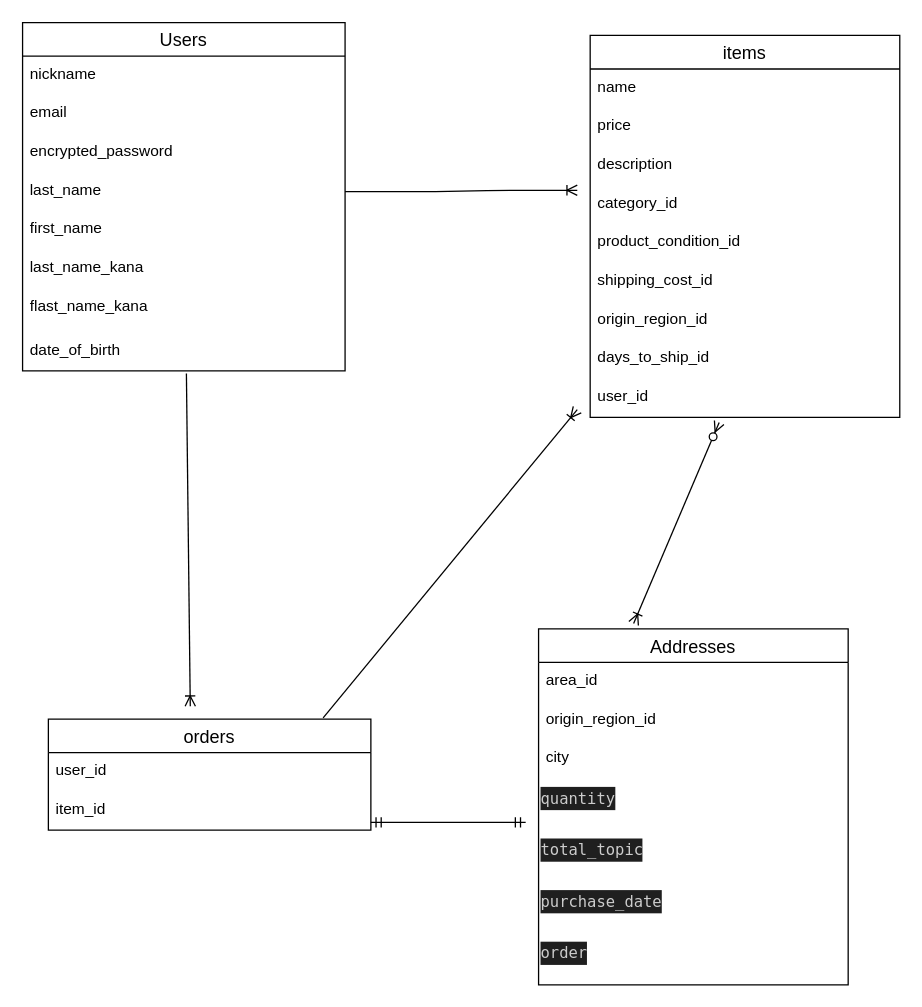
Earlier version of the draw.io diagram page "ページ1" (1 of 2) of app/views/test.dio (asoy1206upi/furima-39647). Source tidied: cells renumbered, new cells numbered last; positions are measured from the earlier drawing's top-left corner, leaving out a move shared by most shapes. Both pictures are drawn from the tidied source at 129%, with x=0, y=0 at pixel (22, 22).
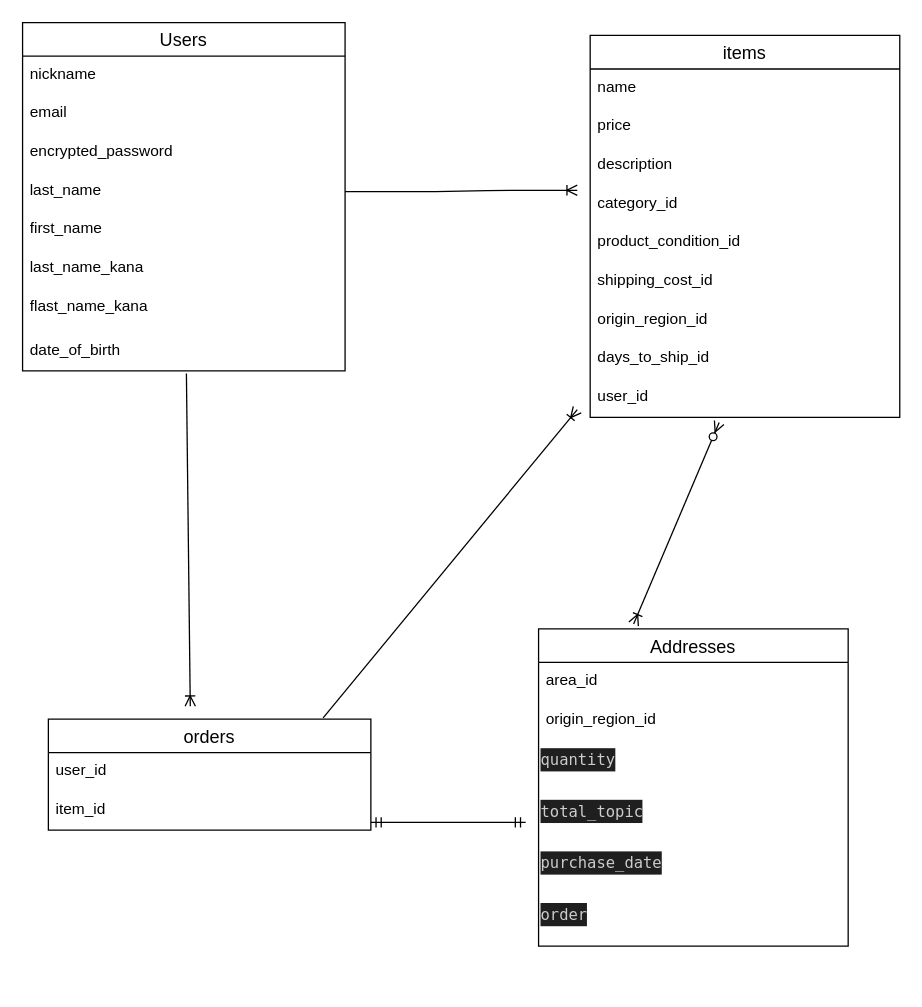
After the change.

What changed in the source:
```diff
@@
     <mxCell id="22" value="Addresses" style="swimlane;fontStyle=0;horizontal=1;startSize=26;align=center;fontSize=14;" parent="1" vertex="1">
-      <mxGeometry x="400" y="470" width="240" height="276" as="geometry" />
+      <mxGeometry x="400" y="470" width="240" height="246" as="geometry" />
     </mxCell>
@@
-    <mxCell id="25" value="city" style="text;strokeColor=none;fillColor=none;spacingLeft=4;spacingRight=4;overflow=hidden;fontSize=12;" parent="22" vertex="1">
-      <mxGeometry y="86" width="240" height="30" as="geometry" />
-    </mxCell>
     <mxCell id="26" value="&lt;div style=&quot;color: rgb(204, 204, 204); background-color: rgb(31, 31, 31); font-family: Menlo, Monaco, &amp;quot;Courier New&amp;quot;, monospace; font-weight: normal; font-size: 12px; line-height: 18px;&quot;&gt;&lt;div style=&quot;line-height: 18px;&quot;&gt;&lt;div style=&quot;line-height: 18px;&quot;&gt;quantity&lt;/div&gt;&lt;/div&gt;&lt;/div&gt;" style="text;whiteSpace=wrap;html=1;" parent="22" vertex="1">
-      <mxGeometry y="116" width="240" height="40" as="geometry" />
+      <mxGeometry y="86" width="240" height="40" as="geometry" />
     </mxCell>
     <mxCell id="27" value="&lt;div style=&quot;color: rgb(204, 204, 204); background-color: rgb(31, 31, 31); font-family: Menlo, Monaco, &amp;quot;Courier New&amp;quot;, monospace; font-weight: normal; font-size: 12px; line-height: 18px;&quot;&gt;&lt;div style=&quot;line-height: 18px;&quot;&gt;total_topic&lt;/div&gt;&lt;/div&gt;" style="text;whiteSpace=wrap;html=1;" parent="22" vertex="1">
-      <mxGeometry y="156" width="240" height="40" as="geometry" />
+      <mxGeometry y="126" width="240" height="40" as="geometry" />
     </mxCell>
     <mxCell id="28" value="&lt;div style=&quot;color: rgb(204, 204, 204); background-color: rgb(31, 31, 31); font-family: Menlo, Monaco, &amp;quot;Courier New&amp;quot;, monospace; font-weight: normal; font-size: 12px; line-height: 18px;&quot;&gt;&lt;div style=&quot;line-height: 18px;&quot;&gt;purchase_date&lt;/div&gt;&lt;/div&gt;" style="text;whiteSpace=wrap;html=1;" parent="22" vertex="1">
-      <mxGeometry y="196" width="240" height="40" as="geometry" />
+      <mxGeometry y="166" width="240" height="40" as="geometry" />
     </mxCell>
     <mxCell id="29" value="&lt;div style=&quot;color: rgb(204, 204, 204); background-color: rgb(31, 31, 31); font-family: Menlo, Monaco, &amp;quot;Courier New&amp;quot;, monospace; font-weight: normal; font-size: 12px; line-height: 18px;&quot;&gt;&lt;div style=&quot;line-height: 18px;&quot;&gt;&lt;div style=&quot;line-height: 18px;&quot;&gt;order&lt;/div&gt;&lt;/div&gt;&lt;/div&gt;" style="text;whiteSpace=wrap;html=1;" parent="22" vertex="1">
-      <mxGeometry y="236" width="240" height="40" as="geometry" />
+      <mxGeometry y="206" width="240" height="40" as="geometry" />
     </mxCell>
```
